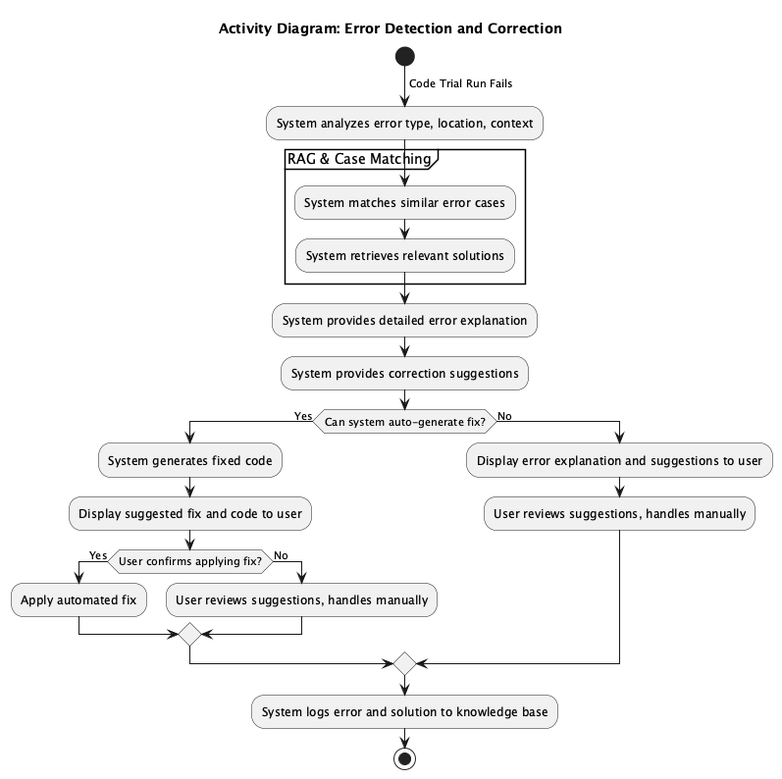
Above: latex/UML/Activity/Error-Detection-and-Correction.png in stepbystepcode/CodeWay (PlantUML), before the change.
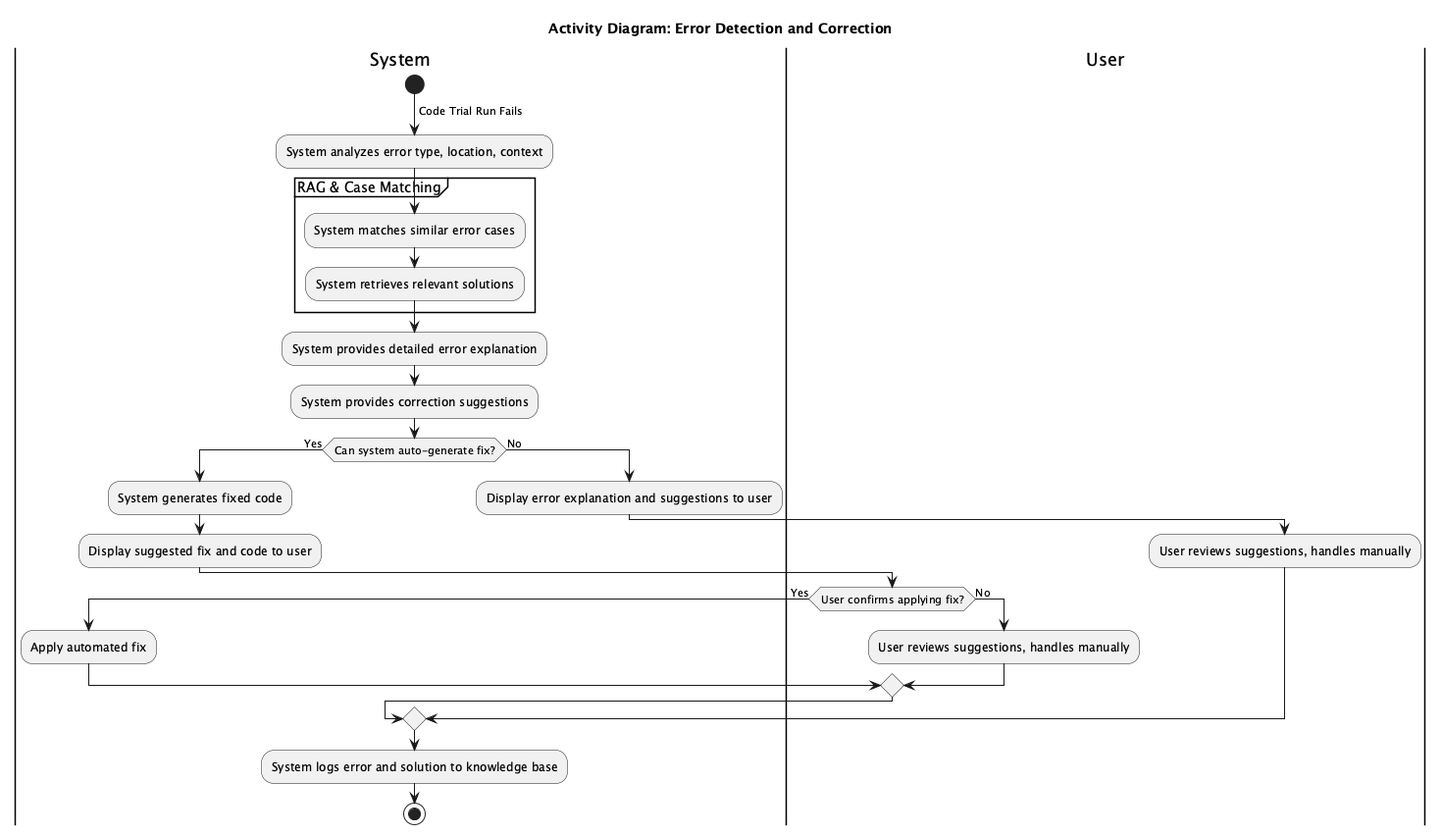
Later version of the same file.

Change to the diagram source:
```diff
@@ -1,6 +1,7 @@
 @startuml
 title Activity Diagram: Error Detection and Correction
 
+|System|
 start
 -> Code Trial Run Fails;
 :System analyzes error type, location, context;
@@ -13,15 +14,27 @@
 if (Can system auto-generate fix?) then (Yes)
   :System generates fixed code;
   :Display suggested fix and code to user;
+
+  |User|
   if (User confirms applying fix?) then (Yes)
+
+    |System|
     :Apply automated fix;
   else (No)
+
+    |User|
     :User reviews suggestions, handles manually;
   endif
 else (No)
+
+  |System|
   :Display error explanation and suggestions to user;
-   :User reviews suggestions, handles manually;
+
+  |User|
+  :User reviews suggestions, handles manually;
 endif
+
+|System|
 :System logs error and solution to knowledge base;
 stop
 
```
